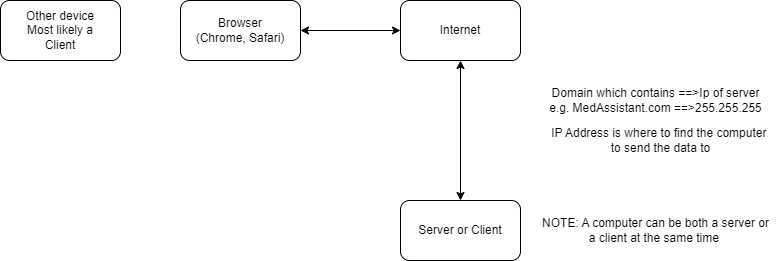
The draw.io diagram webapp framework.png in Iann-urus/Med-Assistant, before a commit. Source tidied: cells renumbered, new cells last; positions are measured from the earlier drawing's top-left corner, leaving out a move shared by most shapes. Source of this version:
```xml
<mxGraphModel>
  <root>
    <mxCell id="0" />
    <mxCell id="1" parent="0" />
    <mxCell id="2" value="Server or Client" style="rounded=1;whiteSpace=wrap;html=1;" parent="1" vertex="1">
      <mxGeometry x="400" y="200" width="120" height="60" as="geometry" />
    </mxCell>
    <mxCell id="3" value="Internet" style="rounded=1;whiteSpace=wrap;html=1;" parent="1" vertex="1">
      <mxGeometry x="400" width="120" height="60" as="geometry" />
    </mxCell>
    <mxCell id="4" value="Other device&lt;br&gt;Most likely a&lt;br&gt;Client" style="rounded=1;whiteSpace=wrap;html=1;" parent="1" vertex="1">
      <mxGeometry width="120" height="60" as="geometry" />
    </mxCell>
    <mxCell id="5" value="Domain which contains ==&amp;gt;Ip of server&lt;br&gt;e.g. MedAssistant.com ==&amp;gt;255.255.255&lt;br&gt;" style="text;html=1;align=center;verticalAlign=middle;strokeColor=none;fillColor=none;" parent="1" vertex="1">
      <mxGeometry x="535" y="80" width="240" height="40" as="geometry" />
    </mxCell>
    <mxCell id="6" value="Browser&lt;br&gt;(Chrome, Safari)" style="rounded=1;whiteSpace=wrap;html=1;" parent="1" vertex="1">
      <mxGeometry x="180" width="120" height="60" as="geometry" />
    </mxCell>
    <mxCell id="7" value="NOTE: A computer can be both a server or&lt;br&gt;a client at the same time&amp;nbsp;" style="text;html=1;align=center;verticalAlign=middle;strokeColor=none;fillColor=none;" parent="1" vertex="1">
      <mxGeometry x="530" y="210" width="250" height="40" as="geometry" />
    </mxCell>
    <mxCell id="8" value="IP Address is where to find the computer&amp;nbsp;&lt;br&gt;to send the data to" style="text;html=1;align=center;verticalAlign=middle;strokeColor=none;fillColor=none;" parent="1" vertex="1">
      <mxGeometry x="540" y="120" width="240" height="40" as="geometry" />
    </mxCell>
    <mxCell id="9" style="endArrow=classic;startArrow=classic;html=1;rounded=0;entryX=0;entryY=0.5;entryDx=0;entryDy=0;" parent="1" edge="1" source="6" target="3">
      <mxGeometry relative="1" as="geometry" />
    </mxCell>
    <mxCell id="10" style="endArrow=classic;startArrow=classic;html=1;rounded=0;entryX=0.5;entryY=1;entryDx=0;entryDy=0;" parent="1" edge="1" source="2" target="3">
      <mxGeometry relative="1" as="geometry" />
    </mxCell>
  </root>
</mxGraphModel>
```
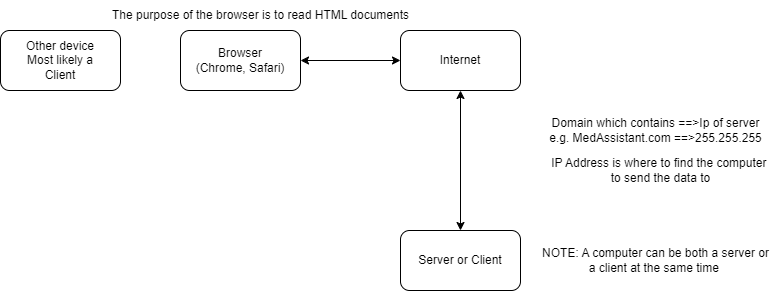
The same diagram one commit later.

The edit, as a diff of the source:
```diff
@@ -29,5 +29,8 @@
     <mxCell id="10" style="endArrow=classic;startArrow=classic;html=1;rounded=0;entryX=0.5;entryY=1;entryDx=0;entryDy=0;" parent="1" edge="1" source="2" target="3">
       <mxGeometry relative="1" as="geometry" />
     </mxCell>
+    <mxCell id="11" value="The purpose of the browser is to read HTML documents&lt;br&gt;" style="text;html=1;align=center;verticalAlign=middle;strokeColor=none;fillColor=none;" parent="1" vertex="1">
+      <mxGeometry x="100" y="-30" width="320" height="30" as="geometry" />
+    </mxCell>
   </root>
 </mxGraphModel>
```
